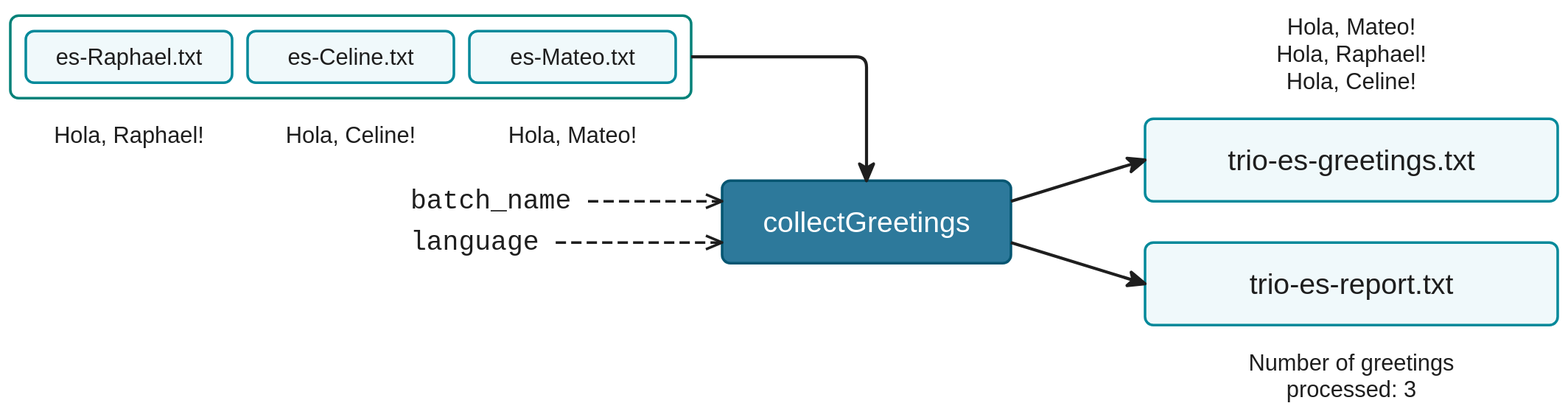
Earlier version of the draw.io export docs/en/docs/hello_nextflow/img/hello-collect-report-process.drawio.svg (nextflow-io/training). Source tidied: cells renumbered, new cells last; positions are measured from the earlier drawing's top-left corner, leaving out a move shared by most shapes. Source of this version:
```xml
<mxGraphModel>
  <root>
    <mxCell id="0" />
    <mxCell id="1" parent="0" />
    <mxCell id="2" style="rounded=1;absoluteArcSize=1;arcSize=16;fillColor=#ffffff;strokeColor=#018178;strokeWidth=2.5;fontFamily=Helvetica;fontSize=22;fontColor=#1e1e1e;html=0;whiteSpace=nowrap;" parent="1" vertex="1">
      <mxGeometry y="5" width="660" height="80" as="geometry" />
    </mxCell>
    <mxCell id="3" value="es-Raphael.txt" style="rounded=1;absoluteArcSize=1;arcSize=16;fillColor=#f0f9fb;strokeColor=#02899a;strokeWidth=2.5;fontFamily=Helvetica;fontSize=22;fontColor=#1e1e1e;html=0;whiteSpace=nowrap;" parent="2" vertex="1">
      <mxGeometry x="15" y="15" width="200" height="50" as="geometry" />
    </mxCell>
    <mxCell id="4" value="Hola, Raphael!" style="text;align=center;verticalAlign=middle;spacing=0;spacingLeft=4;fontFamily=Helvetica;fontSize=22;fontColor=#1e1e1e;html=0;whiteSpace=nowrap;" parent="1" vertex="1">
      <mxGeometry x="15" y="105" width="200" height="32" as="geometry" />
    </mxCell>
    <mxCell id="5" value="es-Celine.txt" style="rounded=1;absoluteArcSize=1;arcSize=16;fillColor=#f0f9fb;strokeColor=#02899a;strokeWidth=2.5;fontFamily=Helvetica;fontSize=22;fontColor=#1e1e1e;html=0;whiteSpace=nowrap;" parent="2" vertex="1">
      <mxGeometry x="230" y="15" width="200" height="50" as="geometry" />
    </mxCell>
    <mxCell id="6" value="Hola, Celine!" style="text;align=center;verticalAlign=middle;spacing=0;spacingLeft=4;fontFamily=Helvetica;fontSize=22;fontColor=#1e1e1e;html=0;whiteSpace=nowrap;" parent="1" vertex="1">
      <mxGeometry x="230" y="105" width="200" height="32" as="geometry" />
    </mxCell>
    <mxCell id="7" value="es-Mateo.txt" style="rounded=1;absoluteArcSize=1;arcSize=16;fillColor=#f0f9fb;strokeColor=#02899a;strokeWidth=2.5;fontFamily=Helvetica;fontSize=22;fontColor=#1e1e1e;html=0;whiteSpace=nowrap;" parent="2" vertex="1">
      <mxGeometry x="445" y="15" width="200" height="50" as="geometry" />
    </mxCell>
    <mxCell id="8" value="Hola, Mateo!" style="text;align=center;verticalAlign=middle;spacing=0;spacingLeft=4;fontFamily=Helvetica;fontSize=22;fontColor=#1e1e1e;html=0;whiteSpace=nowrap;" parent="1" vertex="1">
      <mxGeometry x="445" y="105" width="200" height="32" as="geometry" />
    </mxCell>
    <mxCell id="9" value="collectGreetings" style="rounded=1;absoluteArcSize=1;arcSize=16;fillColor=#2d799b;strokeColor=#055672;strokeWidth=2.5;fontFamily=Helvetica;fontSize=28;fontColor=#ffffff;html=0;whiteSpace=nowrap;" parent="1" vertex="1">
      <mxGeometry x="690" y="165" width="280" height="80" as="geometry" />
    </mxCell>
    <mxCell id="10" style="edgeStyle=orthogonalEdgeStyle;html=0;strokeColor=#1e1e1e;endSize=12;rounded=1;arcSize=40;strokeWidth=3;endArrow=classic;endFill=1;exitX=1;exitY=0.5;exitDx=0;exitDy=0;entryX=0.5;entryY=0;entryDx=0;entryDy=0;" parent="1" edge="1" source="2" target="9">
      <mxGeometry relative="1" as="geometry">
        <Array as="points">
          <mxPoint x="830" y="45" />
        </Array>
      </mxGeometry>
    </mxCell>
    <mxCell id="11" value="batch_name" style="text;align=left;verticalAlign=middle;spacing=0;spacingLeft=4;fontFamily=Menlo;fontSize=26;fontColor=#1e1e1e;html=0;whiteSpace=nowrap;" parent="1" vertex="1">
      <mxGeometry x="383.8" y="166" width="176.2" height="38" as="geometry" />
    </mxCell>
    <mxCell id="12" style="edgeStyle=none;html=0;strokeColor=#1e1e1e;endSize=12;strokeWidth=2.5;dashed=1;dashPattern=4 2;endArrow=open;endFill=0;exitX=1;exitY=0.5;exitDx=0;exitDy=0;entryX=0;entryY=0.25;entryDx=0;entryDy=0;" parent="1" edge="1" source="11" target="9">
      <mxGeometry relative="1" as="geometry" />
    </mxCell>
    <mxCell id="13" value="language" style="text;align=left;verticalAlign=middle;spacing=0;spacingLeft=4;fontFamily=Menlo;fontSize=26;fontColor=#1e1e1e;html=0;whiteSpace=nowrap;" parent="1" vertex="1">
      <mxGeometry x="383.8" y="206" width="144.9" height="38" as="geometry" />
    </mxCell>
    <mxCell id="14" style="edgeStyle=none;html=0;strokeColor=#1e1e1e;endSize=12;strokeWidth=2.5;dashed=1;dashPattern=4 2;endArrow=open;endFill=0;exitX=1;exitY=0.5;exitDx=0;exitDy=0;entryX=0;entryY=0.75;entryDx=0;entryDy=0;" parent="1" edge="1" source="13" target="9">
      <mxGeometry relative="1" as="geometry" />
    </mxCell>
    <mxCell id="15" value="trio-es-greetings.txt" style="rounded=1;absoluteArcSize=1;arcSize=16;fillColor=#f0f9fb;strokeColor=#02899a;strokeWidth=2.5;fontFamily=Helvetica;fontSize=28;fontColor=#1e1e1e;html=0;whiteSpace=nowrap;" parent="1" vertex="1">
      <mxGeometry x="1100" y="105" width="400" height="80" as="geometry" />
    </mxCell>
    <mxCell id="16" style="edgeStyle=none;html=0;strokeColor=#1e1e1e;endSize=12;strokeWidth=3;endArrow=classic;endFill=1;exitX=1;exitY=0.25;exitDx=0;exitDy=0;entryX=0;entryY=0.5;entryDx=0;entryDy=0;" parent="1" edge="1" source="9" target="15">
      <mxGeometry relative="1" as="geometry" />
    </mxCell>
    <mxCell id="17" value="Hola, Mateo!&#10;Hola, Raphael!&#10;Hola, Celine!" style="text;align=center;verticalAlign=middle;spacing=0;spacingLeft=4;fontFamily=Helvetica;fontSize=22;fontColor=#1e1e1e;html=0;whiteSpace=nowrap;" parent="1" vertex="1">
      <mxGeometry x="1100" width="400" height="85" as="geometry" />
    </mxCell>
    <mxCell id="18" value="trio-es-report.txt" style="rounded=1;absoluteArcSize=1;arcSize=16;fillColor=#f0f9fb;strokeColor=#02899a;strokeWidth=2.5;fontFamily=Helvetica;fontSize=28;fontColor=#1e1e1e;html=0;whiteSpace=nowrap;" parent="1" vertex="1">
      <mxGeometry x="1100" y="225" width="400" height="80" as="geometry" />
    </mxCell>
    <mxCell id="19" style="edgeStyle=none;html=0;strokeColor=#1e1e1e;endSize=12;strokeWidth=3;endArrow=classic;endFill=1;exitX=1;exitY=0.75;exitDx=0;exitDy=0;entryX=0;entryY=0.5;entryDx=0;entryDy=0;" parent="1" edge="1" source="9" target="18">
      <mxGeometry relative="1" as="geometry" />
    </mxCell>
    <mxCell id="20" value="Number of greetings&#10;processed: 3" style="text;align=center;verticalAlign=middle;spacing=0;spacingLeft=4;fontFamily=Helvetica;fontSize=22;fontColor=#1e1e1e;html=0;whiteSpace=nowrap;" parent="1" vertex="1">
      <mxGeometry x="1100" y="325" width="400" height="59" as="geometry" />
    </mxCell>
  </root>
</mxGraphModel>
```
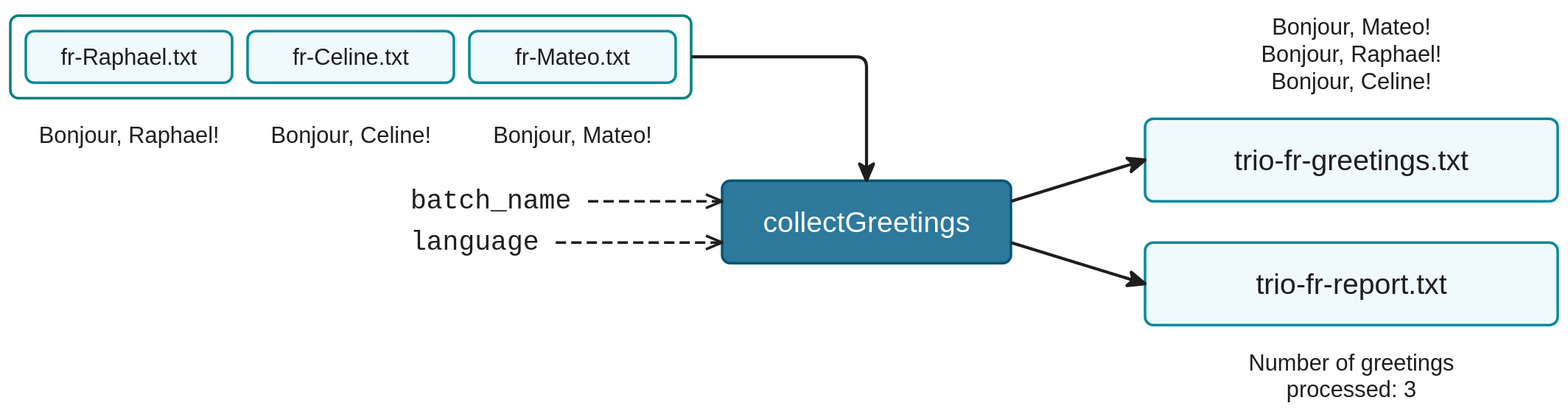
The same diagram one commit later.

Commit message:
docs(hello_nextflow): restructure Hello Workflow sections; continue in French

Change to the diagram source:
```diff
@@ -5,22 +5,22 @@
     <mxCell id="2" style="rounded=1;absoluteArcSize=1;arcSize=16;fillColor=#ffffff;strokeColor=#018178;strokeWidth=2.5;fontFamily=Helvetica;fontSize=22;fontColor=#1e1e1e;html=0;whiteSpace=nowrap;" parent="1" vertex="1">
       <mxGeometry y="5" width="660" height="80" as="geometry" />
     </mxCell>
-    <mxCell id="3" value="es-Raphael.txt" style="rounded=1;absoluteArcSize=1;arcSize=16;fillColor=#f0f9fb;strokeColor=#02899a;strokeWidth=2.5;fontFamily=Helvetica;fontSize=22;fontColor=#1e1e1e;html=0;whiteSpace=nowrap;" parent="2" vertex="1">
+    <mxCell id="3" value="fr-Raphael.txt" style="rounded=1;absoluteArcSize=1;arcSize=16;fillColor=#f0f9fb;strokeColor=#02899a;strokeWidth=2.5;fontFamily=Helvetica;fontSize=22;fontColor=#1e1e1e;html=0;whiteSpace=nowrap;" parent="2" vertex="1">
       <mxGeometry x="15" y="15" width="200" height="50" as="geometry" />
     </mxCell>
-    <mxCell id="4" value="Hola, Raphael!" style="text;align=center;verticalAlign=middle;spacing=0;spacingLeft=4;fontFamily=Helvetica;fontSize=22;fontColor=#1e1e1e;html=0;whiteSpace=nowrap;" parent="1" vertex="1">
-      <mxGeometry x="15" y="105" width="200" height="32" as="geometry" />
+    <mxCell id="4" value="Bonjour, Raphael!" style="text;align=center;verticalAlign=middle;spacing=0;spacingLeft=4;fontFamily=Helvetica;fontSize=22;fontColor=#1e1e1e;html=0;whiteSpace=nowrap;" parent="1" vertex="1">
+      <mxGeometry x="7.1" y="105" width="216" height="32" as="geometry" />
     </mxCell>
-    <mxCell id="5" value="es-Celine.txt" style="rounded=1;absoluteArcSize=1;arcSize=16;fillColor=#f0f9fb;strokeColor=#02899a;strokeWidth=2.5;fontFamily=Helvetica;fontSize=22;fontColor=#1e1e1e;html=0;whiteSpace=nowrap;" parent="2" vertex="1">
+    <mxCell id="5" value="fr-Celine.txt" style="rounded=1;absoluteArcSize=1;arcSize=16;fillColor=#f0f9fb;strokeColor=#02899a;strokeWidth=2.5;fontFamily=Helvetica;fontSize=22;fontColor=#1e1e1e;html=0;whiteSpace=nowrap;" parent="2" vertex="1">
       <mxGeometry x="230" y="15" width="200" height="50" as="geometry" />
     </mxCell>
-    <mxCell id="6" value="Hola, Celine!" style="text;align=center;verticalAlign=middle;spacing=0;spacingLeft=4;fontFamily=Helvetica;fontSize=22;fontColor=#1e1e1e;html=0;whiteSpace=nowrap;" parent="1" vertex="1">
-      <mxGeometry x="230" y="105" width="200" height="32" as="geometry" />
+    <mxCell id="6" value="Bonjour, Celine!" style="text;align=center;verticalAlign=middle;spacing=0;spacingLeft=4;fontFamily=Helvetica;fontSize=22;fontColor=#1e1e1e;html=0;whiteSpace=nowrap;" parent="1" vertex="1">
+      <mxGeometry x="228.2" y="105" width="204" height="32" as="geometry" />
     </mxCell>
-    <mxCell id="7" value="es-Mateo.txt" style="rounded=1;absoluteArcSize=1;arcSize=16;fillColor=#f0f9fb;strokeColor=#02899a;strokeWidth=2.5;fontFamily=Helvetica;fontSize=22;fontColor=#1e1e1e;html=0;whiteSpace=nowrap;" parent="2" vertex="1">
+    <mxCell id="7" value="fr-Mateo.txt" style="rounded=1;absoluteArcSize=1;arcSize=16;fillColor=#f0f9fb;strokeColor=#02899a;strokeWidth=2.5;fontFamily=Helvetica;fontSize=22;fontColor=#1e1e1e;html=0;whiteSpace=nowrap;" parent="2" vertex="1">
       <mxGeometry x="445" y="15" width="200" height="50" as="geometry" />
     </mxCell>
-    <mxCell id="8" value="Hola, Mateo!" style="text;align=center;verticalAlign=middle;spacing=0;spacingLeft=4;fontFamily=Helvetica;fontSize=22;fontColor=#1e1e1e;html=0;whiteSpace=nowrap;" parent="1" vertex="1">
+    <mxCell id="8" value="Bonjour, Mateo!" style="text;align=center;verticalAlign=middle;spacing=0;spacingLeft=4;fontFamily=Helvetica;fontSize=22;fontColor=#1e1e1e;html=0;whiteSpace=nowrap;" parent="1" vertex="1">
       <mxGeometry x="445" y="105" width="200" height="32" as="geometry" />
     </mxCell>
     <mxCell id="9" value="collectGreetings" style="rounded=1;absoluteArcSize=1;arcSize=16;fillColor=#2d799b;strokeColor=#055672;strokeWidth=2.5;fontFamily=Helvetica;fontSize=28;fontColor=#ffffff;html=0;whiteSpace=nowrap;" parent="1" vertex="1">
@@ -45,16 +45,16 @@
     <mxCell id="14" style="edgeStyle=none;html=0;strokeColor=#1e1e1e;endSize=12;strokeWidth=2.5;dashed=1;dashPattern=4 2;endArrow=open;endFill=0;exitX=1;exitY=0.5;exitDx=0;exitDy=0;entryX=0;entryY=0.75;entryDx=0;entryDy=0;" parent="1" edge="1" source="13" target="9">
       <mxGeometry relative="1" as="geometry" />
     </mxCell>
-    <mxCell id="15" value="trio-es-greetings.txt" style="rounded=1;absoluteArcSize=1;arcSize=16;fillColor=#f0f9fb;strokeColor=#02899a;strokeWidth=2.5;fontFamily=Helvetica;fontSize=28;fontColor=#1e1e1e;html=0;whiteSpace=nowrap;" parent="1" vertex="1">
+    <mxCell id="15" value="trio-fr-greetings.txt" style="rounded=1;absoluteArcSize=1;arcSize=16;fillColor=#f0f9fb;strokeColor=#02899a;strokeWidth=2.5;fontFamily=Helvetica;fontSize=28;fontColor=#1e1e1e;html=0;whiteSpace=nowrap;" parent="1" vertex="1">
       <mxGeometry x="1100" y="105" width="400" height="80" as="geometry" />
     </mxCell>
     <mxCell id="16" style="edgeStyle=none;html=0;strokeColor=#1e1e1e;endSize=12;strokeWidth=3;endArrow=classic;endFill=1;exitX=1;exitY=0.25;exitDx=0;exitDy=0;entryX=0;entryY=0.5;entryDx=0;entryDy=0;" parent="1" edge="1" source="9" target="15">
       <mxGeometry relative="1" as="geometry" />
     </mxCell>
-    <mxCell id="17" value="Hola, Mateo!&#10;Hola, Raphael!&#10;Hola, Celine!" style="text;align=center;verticalAlign=middle;spacing=0;spacingLeft=4;fontFamily=Helvetica;fontSize=22;fontColor=#1e1e1e;html=0;whiteSpace=nowrap;" parent="1" vertex="1">
+    <mxCell id="17" value="Bonjour, Mateo!&#10;Bonjour, Raphael!&#10;Bonjour, Celine!" style="text;align=center;verticalAlign=middle;spacing=0;spacingLeft=4;fontFamily=Helvetica;fontSize=22;fontColor=#1e1e1e;html=0;whiteSpace=nowrap;" parent="1" vertex="1">
       <mxGeometry x="1100" width="400" height="85" as="geometry" />
     </mxCell>
-    <mxCell id="18" value="trio-es-report.txt" style="rounded=1;absoluteArcSize=1;arcSize=16;fillColor=#f0f9fb;strokeColor=#02899a;strokeWidth=2.5;fontFamily=Helvetica;fontSize=28;fontColor=#1e1e1e;html=0;whiteSpace=nowrap;" parent="1" vertex="1">
+    <mxCell id="18" value="trio-fr-report.txt" style="rounded=1;absoluteArcSize=1;arcSize=16;fillColor=#f0f9fb;strokeColor=#02899a;strokeWidth=2.5;fontFamily=Helvetica;fontSize=28;fontColor=#1e1e1e;html=0;whiteSpace=nowrap;" parent="1" vertex="1">
       <mxGeometry x="1100" y="225" width="400" height="80" as="geometry" />
     </mxCell>
     <mxCell id="19" style="edgeStyle=none;html=0;strokeColor=#1e1e1e;endSize=12;strokeWidth=3;endArrow=classic;endFill=1;exitX=1;exitY=0.75;exitDx=0;exitDy=0;entryX=0;entryY=0.5;entryDx=0;entryDy=0;" parent="1" edge="1" source="9" target="18">
```
